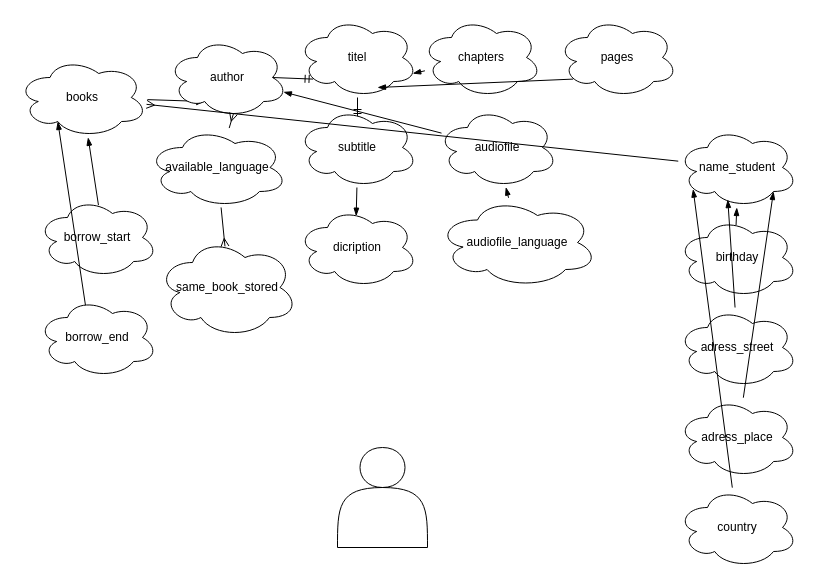
The draw.io diagram page "HouseLibrary Michael Garrigosa" (1 of 2) of Michael/HouseLibrary.drawio in MichaelGarrigosa/backenddayone, before the edit. Source tidied: cells renumbered, new cells numbered last; positions are measured from the earlier drawing's top-left corner, leaving out a move shared by most shapes. Both pictures are drawn from the tidied source at 100%, with x=0, y=0 at pixel (17, 17).
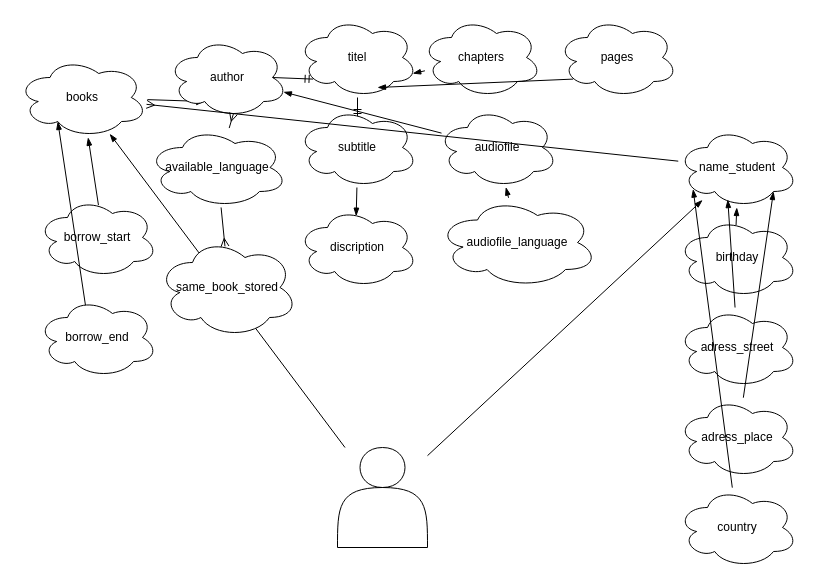
After the change.

The change refers to these unchanged cells:
```xml
<mxCell id="2" style="shape=actor;whiteSpace=wrap;html=1;" parent="1" vertex="1">
  <mxGeometry x="320" y="430" width="90" height="100" as="geometry" />
</mxCell>
<mxCell id="4" value="books" style="ellipse;shape=cloud;whiteSpace=wrap;html=1;" parent="1" vertex="1">
  <mxGeometry y="40" width="130" height="80" as="geometry" />
</mxCell>
<mxCell id="24" value="name_student" style="ellipse;shape=cloud;whiteSpace=wrap;html=1;" parent="1" vertex="1">
  <mxGeometry x="660" y="110" width="120" height="80" as="geometry" />
</mxCell>
```

What changed in the source:
```diff
@@
+    <mxCell id="38" style="edgeStyle=none;html=1;endArrow=blockThin;endFill=1;" parent="1" edge="1" source="2" target="24">
+      <mxGeometry relative="1" as="geometry" />
+    </mxCell>
+    <mxCell id="39" style="edgeStyle=none;html=1;endArrow=blockThin;endFill=1;" parent="1" edge="1" source="2" target="4">
+      <mxGeometry relative="1" as="geometry" />
+    </mxCell>
@@
-    <mxCell id="11" value="dicription" style="ellipse;shape=cloud;whiteSpace=wrap;html=1;" parent="1" vertex="1">
+    <mxCell id="11" value="discription" style="ellipse;shape=cloud;whiteSpace=wrap;html=1;" parent="1" vertex="1">
       <mxGeometry x="280" y="190" width="120" height="80" as="geometry" />
     </mxCell>
```
